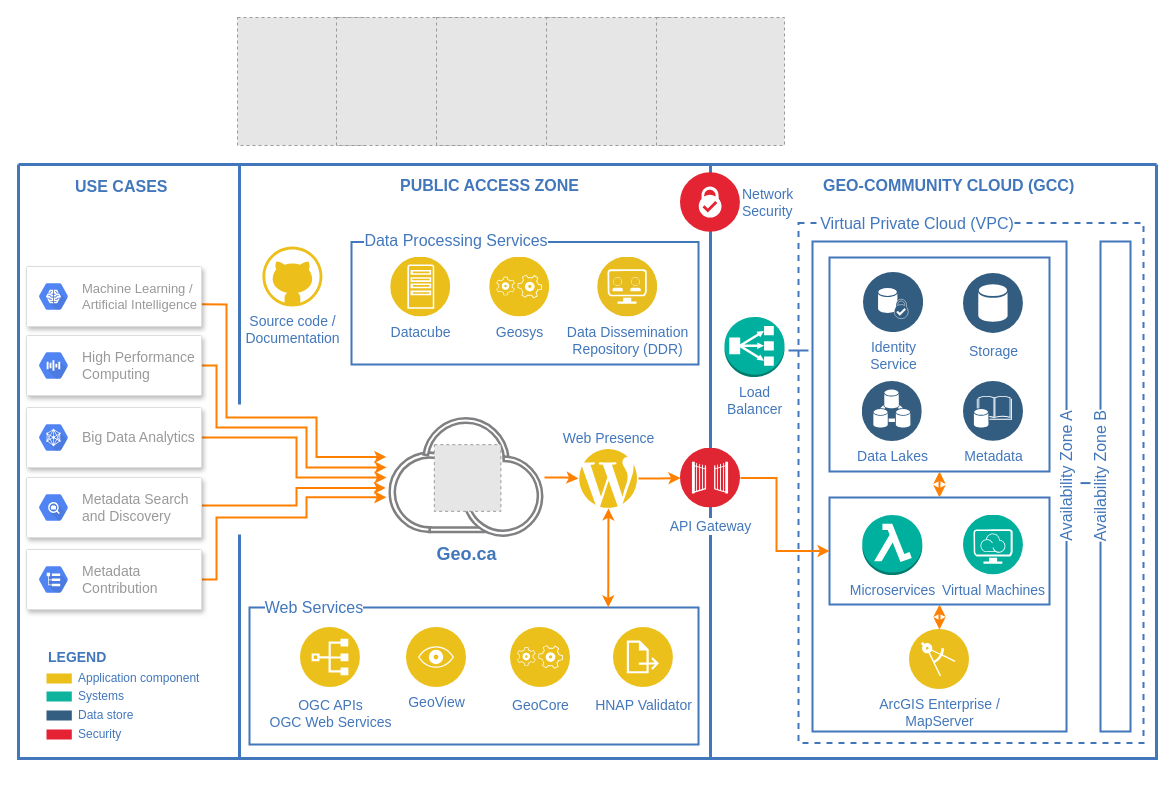
The draw.io diagram assets/future_state.drawio in bo-lu/geoca_developers_page, before the edit. Source tidied: cells renumbered, new cells numbered last; positions are measured from the earlier drawing's top-left corner, leaving out a move shared by most shapes. Both pictures are drawn from the tidied source at 100%, with x=0, y=0 at pixel (18, 17). Pictures stored in the file or linked from it are replaced by grey dashed boxes.
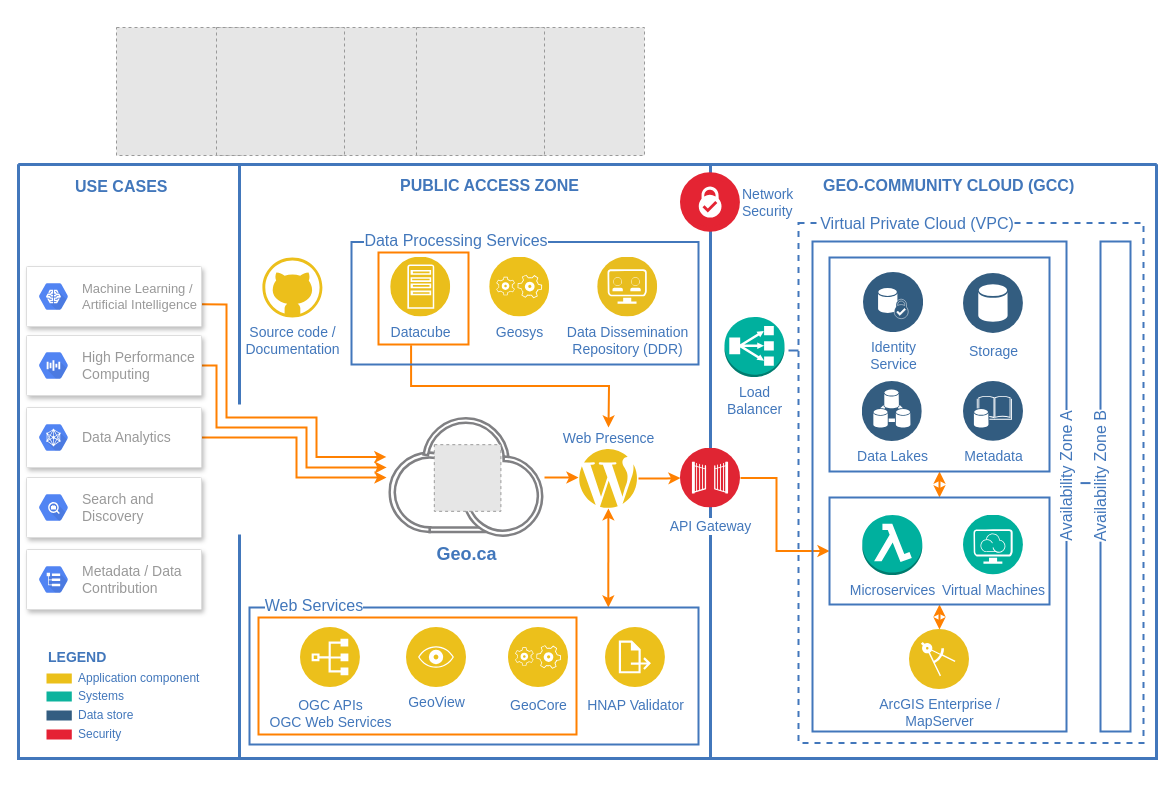
Above is the later version.

Unchanged cells that the change refers to:
```xml
<mxCell id="3" style="swimlane;shadow=0;strokeColor=#4277BB;fontColor=#4277BB;align=right;startSize=0;strokeWidth=3;fillColor=#ECBF1B;fontSize=14;horizontal=1;" parent="1" vertex="1">
  <mxGeometry y="147" width="1138" height="594" as="geometry" />
</mxCell>
<mxCell id="5" style="rounded=0;whiteSpace=wrap;html=1;labelBackgroundColor=#FFFFFF;strokeWidth=2;fillColor=none;fontSize=14;fontColor=#4277BB;strokeColor=#4277bb;" parent="3" vertex="1">
  <mxGeometry x="811" y="93" width="220" height="214" as="geometry" />
</mxCell>
<mxCell id="6" style="rounded=0;whiteSpace=wrap;html=1;labelBackgroundColor=#FFFFFF;strokeWidth=2;fillColor=none;fontSize=14;fontColor=#4277BB;strokeColor=#4277bb;" parent="3" vertex="1">
  <mxGeometry x="811" y="333" width="220" height="107" as="geometry" />
</mxCell>
<mxCell id="18" value="&lt;div&gt;&lt;font style=&quot;font-size: 14px&quot;&gt;ArcGIS Enterprise /&lt;br&gt;&lt;/font&gt;&lt;/div&gt;&lt;div&gt;&lt;font style=&quot;font-size: 14px&quot;&gt;MapServer&lt;br&gt;&lt;/font&gt;&lt;/div&gt;" style="perimeter=ellipsePerimeter;html=1;align=center;shadow=0;dashed=0;image;image=img/lib/ibm/applications/enterprise_applications.svg;labelBackgroundColor=#ffffff;strokeColor=#666666;strokeWidth=2;fillColor=#C2952D;gradientColor=none;fontSize=12;fontColor=#4277BB;" parent="3" vertex="1">
  <mxGeometry x="891" y="465" width="60" height="60" as="geometry" />
</mxCell>
<mxCell id="40" value="&lt;font style=&quot;font-size: 14px&quot;&gt;API Gateway&lt;/font&gt;" style="perimeter=ellipsePerimeter;html=1;align=center;shadow=0;dashed=0;labelBackgroundColor=#ffffff;fontSize=12;spacingTop=3;image;image=img/lib/ibm/security/gateway.svg;strokeColor=#203959;strokeWidth=2;fillColor=none;fontColor=#4277BB;" parent="3" vertex="1">
  <mxGeometry x="662" y="283.6" width="60" height="60" as="geometry" />
</mxCell>
<mxCell id="42" value="&lt;b&gt;&lt;font style=&quot;font-size: 18px&quot;&gt;Geo.ca&lt;/font&gt;&lt;/b&gt;" style="perimeter=ellipsePerimeter;html=1;align=center;shadow=0;dashed=0;image;image=img/lib/ibm/miscellaneous/ibm_public_cloud.svg;labelBackgroundColor=#ffffff;strokeColor=#666666;strokeWidth=2;fillColor=#C2952D;gradientColor=none;fontSize=12;fontColor=#4277BB;" parent="3" vertex="1">
  <mxGeometry x="370.2" y="253" width="155.8" height="120" as="geometry" />
</mxCell>
<mxCell id="44" value="&lt;font style=&quot;font-size: 14px&quot; color=&quot;#4277BB&quot;&gt;Web Presence&lt;/font&gt;" style="dashed=0;outlineConnect=0;html=1;align=center;labelPosition=center;verticalLabelPosition=bottom;verticalAlign=top;shape=mxgraph.weblogos.wordpress;strokeColor=none;fillColor=#ecbf1b;spacingTop=-85;" parent="3" vertex="1">
  <mxGeometry x="560" y="283.9" width="60" height="60" as="geometry" />
</mxCell>
<mxCell id="59" style="strokeColor=#dddddd;shadow=1;strokeWidth=1;rounded=1;absoluteArcSize=1;arcSize=2;" parent="3" vertex="1">
  <mxGeometry x="8" y="313" width="175" height="60" as="geometry" />
</mxCell>
<mxCell id="61" style="strokeColor=#dddddd;shadow=1;strokeWidth=1;rounded=1;absoluteArcSize=1;arcSize=2;" parent="3" vertex="1">
  <mxGeometry x="8" y="243" width="175" height="60" as="geometry" />
</mxCell>
<mxCell id="74" style="strokeColor=#dddddd;shadow=1;strokeWidth=1;rounded=1;absoluteArcSize=1;arcSize=2;glass=0;sketch=0;fontSize=16;" parent="1" vertex="1">
  <mxGeometry x="8" y="532" width="175" height="60" as="geometry" />
</mxCell>
```

Diff of the diagram source:
```diff
@@
+    <mxCell id="76" parent="0" />
+    <mxCell id="77" style="swimlane;shadow=0;strokeColor=#4277BB;fontColor=#4277BB;align=right;startSize=0;strokeWidth=3;fillColor=#ECBF1B;fontSize=14;horizontal=1;" parent="76" vertex="1">
+      <mxGeometry y="147" width="1138" height="594" as="geometry" />
+    </mxCell>
+    <mxCell id="78" style="edgeStyle=orthogonalEdgeStyle;rounded=0;orthogonalLoop=1;jettySize=auto;html=1;exitX=1;exitY=0.5;exitDx=0;exitDy=0;entryX=0;entryY=0.5;entryDx=0;entryDy=0;strokeWidth=2;fontColor=#4277BB;strokeColor=#FF8000;" parent="77" edge="1">
+      <mxGeometry relative="1" as="geometry">
+        <mxPoint x="722" y="313.6" as="sourcePoint" />
+        <mxPoint x="811" y="386.5" as="targetPoint" />
+        <Array as="points">
+          <mxPoint x="758" y="314" />
+          <mxPoint x="758" y="387" />
+        </Array>
+      </mxGeometry>
+    </mxCell>
+    <mxCell id="79" style="edgeStyle=orthogonalEdgeStyle;rounded=0;orthogonalLoop=1;jettySize=auto;html=1;exitX=1;exitY=0.5;exitDx=0;exitDy=0;strokeWidth=2;fontColor=#4277BB;strokeColor=#FF8000;" parent="77" edge="1">
+      <mxGeometry relative="1" as="geometry">
+        <mxPoint x="526" y="313" as="sourcePoint" />
+        <mxPoint x="560" y="313.9" as="targetPoint" />
+      </mxGeometry>
+    </mxCell>
+    <mxCell id="80" style="edgeStyle=orthogonalEdgeStyle;rounded=0;orthogonalLoop=1;jettySize=auto;html=1;strokeWidth=2;fontColor=#4277BB;entryX=0;entryY=0.5;entryDx=0;entryDy=0;strokeColor=#FF8000;" parent="77" edge="1">
+      <mxGeometry relative="1" as="geometry">
+        <mxPoint x="620" y="313.9" as="sourcePoint" />
+        <mxPoint x="662" y="313.6" as="targetPoint" />
+        <Array as="points">
+          <mxPoint x="648" y="314" />
+          <mxPoint x="648" y="314" />
+        </Array>
+      </mxGeometry>
+    </mxCell>
+    <mxCell id="81" style="endArrow=classic;startArrow=classic;html=1;strokeWidth=2;fontColor=#4277BB;exitX=0.5;exitY=0;exitDx=0;exitDy=0;entryX=0.5;entryY=1;entryDx=0;entryDy=0;strokeColor=#FF8000;" parent="77" edge="1">
+      <mxGeometry relative="1" as="geometry">
+        <mxPoint x="921" y="333" as="sourcePoint" />
+        <mxPoint x="921" y="307" as="targetPoint" />
+      </mxGeometry>
+    </mxCell>
+    <mxCell id="82" style="endArrow=classic;startArrow=classic;html=1;strokeWidth=2;fontColor=#4277BB;exitX=0.5;exitY=0;exitDx=0;exitDy=0;entryX=0.5;entryY=1;entryDx=0;entryDy=0;strokeColor=#FF8000;" parent="77" edge="1">
+      <mxGeometry relative="1" as="geometry">
+        <mxPoint x="921" y="465" as="sourcePoint" />
+        <mxPoint x="921" y="440" as="targetPoint" />
+      </mxGeometry>
+    </mxCell>
+    <mxCell id="83" style="endArrow=classic;startArrow=classic;html=1;strokeWidth=2;fontColor=#4277BB;exitX=0.799;exitY=-0.001;exitDx=0;exitDy=0;exitPerimeter=0;strokeColor=#FF8000;" parent="77" edge="1">
+      <mxGeometry relative="1" as="geometry">
+        <mxPoint x="589.8" y="442.9" as="sourcePoint" />
+        <mxPoint x="589.9" y="343.9" as="targetPoint" />
+      </mxGeometry>
+    </mxCell>
+    <mxCell id="84" style="edgeStyle=orthogonalEdgeStyle;rounded=0;orthogonalLoop=1;jettySize=auto;html=1;exitX=1;exitY=0.5;exitDx=0;exitDy=0;strokeColor=#FF8000;strokeWidth=2;fontSize=16;fontColor=#4277BB;" parent="77" edge="1">
+      <mxGeometry relative="1" as="geometry">
+        <mxPoint x="183" y="273" as="sourcePoint" />
+        <mxPoint x="368" y="313" as="targetPoint" />
+        <Array as="points">
+          <mxPoint x="190" y="273" />
+          <mxPoint x="278" y="273" />
+          <mxPoint x="278" y="313" />
+        </Array>
+      </mxGeometry>
+    </mxCell>
+    <mxCell id="85" style="rounded=0;whiteSpace=wrap;html=1;shadow=0;glass=0;sketch=0;strokeColor=#FF8000;strokeWidth=2;fillColor=none;fontSize=16;fontColor=#4277BB;" parent="77" vertex="1">
+      <mxGeometry x="360" y="88" width="90" height="92" as="geometry" />
+    </mxCell>
+    <mxCell id="86" style="rounded=0;whiteSpace=wrap;html=1;shadow=0;glass=0;sketch=0;fontSize=16;fontColor=#4277BB;fillColor=none;strokeWidth=2;strokeColor=#FF8000;" parent="76" vertex="1">
+      <mxGeometry x="240" y="600" width="318" height="117" as="geometry" />
+    </mxCell>
+    <mxCell id="87" style="edgeStyle=orthogonalEdgeStyle;rounded=0;jettySize=auto;html=1;exitX=0.362;exitY=1.008;exitDx=0;exitDy=0;strokeColor=#FF8000;strokeWidth=2;fontSize=16;fontColor=#4277BB;exitPerimeter=0;" parent="76" edge="1" source="85">
+      <mxGeometry relative="1" as="geometry">
+        <mxPoint x="590" y="410" as="targetPoint" />
+      </mxGeometry>
+    </mxCell>
@@
+    <mxCell id="7" style="rounded=0;whiteSpace=wrap;html=1;labelBackgroundColor=#FFFFFF;strokeWidth=2;fillColor=none;fontSize=16;fontColor=#4277BB;strokeColor=#4277bb;" parent="3" vertex="1">
+      <mxGeometry x="333" y="77.5" width="347" height="122.5" as="geometry" />
+    </mxCell>
@@
-    <mxCell id="7" style="rounded=0;whiteSpace=wrap;html=1;labelBackgroundColor=#FFFFFF;strokeWidth=2;fillColor=none;fontSize=16;fontColor=#4277BB;strokeColor=#4277bb;" parent="3" vertex="1">
-      <mxGeometry x="333" y="77.5" width="347" height="122.5" as="geometry" />
-    </mxCell>
-    <mxCell id="8" style="rounded=0;whiteSpace=wrap;html=1;labelBackgroundColor=#FFFFFF;fillColor=none;fontColor=#4277BB;strokeWidth=2;strokeColor=#4277bb;" parent="3" vertex="1">
-      <mxGeometry x="231" y="443" width="449" height="137" as="geometry" />
-    </mxCell>
@@
     <mxCell id="22" value="&lt;div&gt;&lt;span style=&quot;&quot;&gt;&lt;font&gt;&lt;font style=&quot;font-size: 14px&quot;&gt;Source code /&lt;/font&gt;&lt;/font&gt;&lt;/span&gt;&lt;/div&gt;&lt;div&gt;&lt;span style=&quot;&quot;&gt;&lt;font&gt;&lt;font style=&quot;font-size: 14px&quot;&gt;Documentation&lt;/font&gt;&lt;/font&gt;&lt;/span&gt;&lt;/div&gt;" style="verticalLabelPosition=bottom;html=1;verticalAlign=top;align=center;strokeColor=none;shape=mxgraph.azure.github_code;labelBackgroundColor=#FFFFFF;fillColor=#ECBF1B;fontColor=#4277BB;" parent="3" vertex="1">
-      <mxGeometry x="243.9" y="82" width="60" height="60" as="geometry" />
+      <mxGeometry x="243.9" y="93" width="60" height="60" as="geometry" />
     </mxCell>
@@
     <mxCell id="24" value="&lt;font style=&quot;font-size: 14px&quot;&gt;GeoCore&lt;/font&gt;" style="perimeter=ellipsePerimeter;html=1;align=center;shadow=0;dashed=0;image;image=img/lib/ibm/applications/application_logic.svg;labelBackgroundColor=#ffffff;strokeColor=#666666;strokeWidth=2;fillColor=#C2952D;gradientColor=none;fontSize=12;fontColor=#4277BB;spacingTop=3;verticalAlign=top;horizontal=1;" parent="3" vertex="1">
-      <mxGeometry x="492" y="463" width="60" height="60" as="geometry" />
+      <mxGeometry x="490" y="463" width="60" height="60" as="geometry" />
     </mxCell>
@@
     <mxCell id="28" value="&lt;font style=&quot;font-size: 14px&quot;&gt;HNAP Validator&lt;/font&gt;" style="perimeter=ellipsePerimeter;html=1;align=center;shadow=0;dashed=0;fontColor=#4277BB;labelBackgroundColor=#ffffff;fontSize=12;spacingTop=3;image;image=img/lib/ibm/applications/annotate.svg;fillColor=#ECBF1B;" parent="3" vertex="1">
-      <mxGeometry x="595" y="463" width="60" height="60" as="geometry" />
+      <mxGeometry x="587" y="463" width="60" height="60" as="geometry" />
     </mxCell>
@@
-    <mxCell id="39" style="edgeStyle=orthogonalEdgeStyle;rounded=0;jettySize=auto;html=1;exitX=1;exitY=0.5;exitDx=0;exitDy=0;entryX=0;entryY=0.5;entryDx=0;entryDy=0;strokeWidth=2;fontColor=#4277BB;strokeColor=#FF8000;" parent="3" edge="1" source="40" target="6">
-      <mxGeometry relative="1" as="geometry">
-        <Array as="points">
-          <mxPoint x="758" y="314" />
-          <mxPoint x="758" y="387" />
-        </Array>
-      </mxGeometry>
-    </mxCell>
@@
-    <mxCell id="41" style="edgeStyle=orthogonalEdgeStyle;rounded=0;jettySize=auto;html=1;exitX=1;exitY=0.5;exitDx=0;exitDy=0;strokeWidth=2;fontColor=#4277BB;strokeColor=#FF8000;" parent="3" edge="1" source="42" target="44">
-      <mxGeometry relative="1" as="geometry" />
-    </mxCell>
@@
     <mxCell id="49" style="line;strokeWidth=2;html=1;rounded=0;shadow=0;glass=0;sketch=0;strokeColor=#4277BB;" parent="3" vertex="1">
-      <mxGeometry x="770" y="181" width="20" height="10" as="geometry" />
+      <mxGeometry x="770" y="181" width="10" height="10" as="geometry" />
     </mxCell>
@@
-    <mxCell id="51" style="edgeStyle=orthogonalEdgeStyle;rounded=0;jettySize=auto;html=1;strokeWidth=2;fontColor=#4277BB;entryX=0;entryY=0.5;entryDx=0;entryDy=0;strokeColor=#FF8000;" parent="3" edge="1" source="44" target="40">
-      <mxGeometry relative="1" as="geometry" />
-    </mxCell>
-    <mxCell id="52" style="endArrow=classic;startArrow=classic;html=1;strokeWidth=2;fontColor=#4277BB;exitX=0.5;exitY=0;exitDx=0;exitDy=0;entryX=0.5;entryY=1;entryDx=0;entryDy=0;strokeColor=#FF8000;" parent="3" edge="1" source="6" target="5">
-      <mxGeometry relative="1" as="geometry" />
-    </mxCell>
-    <mxCell id="53" style="endArrow=classic;startArrow=classic;html=1;strokeWidth=2;fontColor=#4277BB;exitX=0.5;exitY=0;exitDx=0;exitDy=0;entryX=0.5;entryY=1;entryDx=0;entryDy=0;strokeColor=#FF8000;" parent="3" edge="1" source="18" target="6">
-      <mxGeometry relative="1" as="geometry" />
-    </mxCell>
-    <mxCell id="54" style="endArrow=classic;startArrow=classic;html=1;strokeWidth=2;fontColor=#4277BB;exitX=0.799;exitY=-0.001;exitDx=0;exitDy=0;exitPerimeter=0;strokeColor=#FF8000;" parent="3" edge="1" source="8" target="44">
-      <mxGeometry relative="1" as="geometry" />
-    </mxCell>
-    <mxCell id="55" style="edgeStyle=orthogonalEdgeStyle;rounded=0;jettySize=auto;html=1;fontColor=#4277BB;strokeWidth=2;entryX=-0.018;entryY=0.587;entryDx=0;entryDy=0;strokeColor=#FF8000;entryPerimeter=0;" parent="3" edge="1" source="59" target="42">
-      <mxGeometry relative="1" as="geometry">
-        <Array as="points">
-          <mxPoint x="278" y="341" />
-          <mxPoint x="278" y="323" />
-        </Array>
-      </mxGeometry>
-    </mxCell>
-    <mxCell id="56" style="edgeStyle=orthogonalEdgeStyle;rounded=0;jettySize=auto;html=1;exitX=1;exitY=0.5;exitDx=0;exitDy=0;strokeColor=#FF8000;strokeWidth=2;fontSize=16;fontColor=#4277BB;" parent="3" edge="1" source="61">
-      <mxGeometry relative="1" as="geometry">
-        <mxPoint x="368" y="313" as="targetPoint" />
-        <Array as="points">
-          <mxPoint x="190" y="273" />
-          <mxPoint x="278" y="273" />
-          <mxPoint x="278" y="313" />
-        </Array>
-      </mxGeometry>
-    </mxCell>
@@
-    <mxCell id="60" value="&lt;font style=&quot;font-size: 14px&quot;&gt;Metadata Search&lt;br&gt;and Discovery&lt;/font&gt;" style="dashed=0;html=1;fillColor=#5184F3;strokeColor=none;shape=mxgraph.gcp2.hexIcon;prIcon=cloud_jobs_api;labelPosition=right;verticalLabelPosition=middle;align=left;verticalAlign=middle;spacingLeft=5;fontColor=#999999;fontSize=12;" parent="59" vertex="1">
+    <mxCell id="60" value="&lt;font style=&quot;font-size: 14px&quot;&gt;Search and&lt;br&gt;Discovery&lt;/font&gt;" style="dashed=0;html=1;fillColor=#5184F3;strokeColor=none;shape=mxgraph.gcp2.hexIcon;prIcon=cloud_jobs_api;labelPosition=right;verticalLabelPosition=middle;align=left;verticalAlign=middle;spacingLeft=5;fontColor=#999999;fontSize=12;" parent="59" vertex="1">
       <mxGeometry y="0.5" width="44" height="39" relative="1" as="geometry">
         <mxPoint x="5" y="-19.5" as="offset" />
       </mxGeometry>
     </mxCell>
@@
-    <mxCell id="62" value="&lt;div&gt;&lt;font style=&quot;font-size: 14px&quot;&gt;Big Data Analytics&lt;/font&gt;&lt;/div&gt;" style="dashed=0;html=1;fillColor=#5184F3;strokeColor=none;shape=mxgraph.gcp2.hexIcon;prIcon=advanced_solutions_lab;labelPosition=right;verticalLabelPosition=middle;align=left;verticalAlign=middle;spacingLeft=5;fontColor=#999999;fontSize=12;" parent="61" vertex="1">
+    <mxCell id="62" value="&lt;div&gt;&lt;font style=&quot;font-size: 14px&quot;&gt;Data Analytics&lt;/font&gt;&lt;/div&gt;" style="dashed=0;html=1;fillColor=#5184F3;strokeColor=none;shape=mxgraph.gcp2.hexIcon;prIcon=advanced_solutions_lab;labelPosition=right;verticalLabelPosition=middle;align=left;verticalAlign=middle;spacingLeft=5;fontColor=#999999;fontSize=12;" parent="61" vertex="1">
       <mxGeometry y="0.5" width="44" height="39" relative="1" as="geometry">
         <mxPoint x="5" y="-19.5" as="offset" />
       </mxGeometry>
     </mxCell>
@@
+    <mxCell id="8" style="rounded=0;whiteSpace=wrap;html=1;labelBackgroundColor=#FFFFFF;fillColor=none;fontColor=#4277BB;strokeWidth=2;strokeColor=#4277bb;" parent="3" vertex="1">
+      <mxGeometry x="231" y="443" width="449" height="137" as="geometry" />
+    </mxCell>
     <mxCell id="67" style="fillColor=#E6E6E6;strokeColor=#999999;dashed=1;html=1;verticalAlign=top;verticalLabelPosition=bottom;labelBackgroundColor=#ffffff;" parent="1" vertex="1">
-      <mxGeometry x="219" width="128" height="128" as="geometry" />
+      <mxGeometry x="98" y="10" width="128" height="128" as="geometry" />
     </mxCell>
     <mxCell id="68" style="fillColor=#E6E6E6;strokeColor=#999999;dashed=1;html=1;verticalAlign=top;verticalLabelPosition=bottom;labelBackgroundColor=#ffffff;" parent="1" vertex="1">
-      <mxGeometry x="318" width="128" height="128" as="geometry" />
+      <mxGeometry x="298" y="10" width="128" height="128" as="geometry" />
     </mxCell>
     <mxCell id="69" style="fillColor=#E6E6E6;strokeColor=#999999;dashed=1;html=1;verticalAlign=top;verticalLabelPosition=bottom;labelBackgroundColor=#ffffff;" parent="1" vertex="1">
-      <mxGeometry x="418" width="128" height="128" as="geometry" />
+      <mxGeometry x="198" y="10" width="128" height="128" as="geometry" />
     </mxCell>
     <mxCell id="70" style="fillColor=#E6E6E6;strokeColor=#999999;dashed=1;html=1;verticalAlign=top;verticalLabelPosition=bottom;labelBackgroundColor=#ffffff;" parent="1" vertex="1">
-      <mxGeometry x="528" width="128" height="128" as="geometry" />
+      <mxGeometry x="498" y="10" width="128" height="128" as="geometry" />
     </mxCell>
     <mxCell id="71" style="fillColor=#E6E6E6;strokeColor=#999999;dashed=1;html=1;verticalAlign=top;verticalLabelPosition=bottom;labelBackgroundColor=#ffffff;" parent="1" vertex="1">
-      <mxGeometry x="638" width="128" height="128" as="geometry" />
+      <mxGeometry x="398" y="10" width="128" height="128" as="geometry" />
     </mxCell>
     <mxCell id="72" value="Web Services" style="text;html=1;strokeColor=none;fillColor=none;align=center;verticalAlign=middle;whiteSpace=wrap;rounded=0;labelBackgroundColor=#FFFFFF;fontColor=#4277BB;fontSize=16;" parent="1" vertex="1">
-      <mxGeometry x="221" y="580" width="150" height="20" as="geometry" />
+      <mxGeometry x="221" y="578" width="150" height="20" as="geometry" />
     </mxCell>
-    <mxCell id="73" style="edgeStyle=orthogonalEdgeStyle;rounded=0;jettySize=auto;html=1;exitX=1;exitY=0.5;exitDx=0;exitDy=0;fontColor=#4277BB;strokeWidth=2;strokeColor=#FF8000;entryX=-0.015;entryY=0.665;entryDx=0;entryDy=0;entryPerimeter=0;" parent="1" edge="1" source="74" target="42">
-      <mxGeometry relative="1" as="geometry">
-        <Array as="points">
-          <mxPoint x="198" y="562" />
-          <mxPoint x="198" y="500" />
-          <mxPoint x="288" y="500" />
-          <mxPoint x="288" y="480" />
-        </Array>
-      </mxGeometry>
-    </mxCell>
@@
-    <mxCell id="75" value="&lt;font style=&quot;font-size: 14px&quot;&gt;Metadata&amp;nbsp;&lt;br&gt;Contribution&lt;/font&gt;" style="dashed=0;html=1;fillColor=#5184F3;strokeColor=none;shape=mxgraph.gcp2.hexIcon;prIcon=logging;labelPosition=right;verticalLabelPosition=middle;align=left;verticalAlign=middle;spacingLeft=5;fontColor=#999999;fontSize=12;" parent="74" vertex="1">
+    <mxCell id="75" value="&lt;font style=&quot;font-size: 14px&quot;&gt;Metadata / Data&amp;nbsp;&lt;br&gt;Contribution&lt;/font&gt;" style="dashed=0;html=1;fillColor=#5184F3;strokeColor=none;shape=mxgraph.gcp2.hexIcon;prIcon=logging;labelPosition=right;verticalLabelPosition=middle;align=left;verticalAlign=middle;spacingLeft=5;fontColor=#999999;fontSize=12;" parent="74" vertex="1">
       <mxGeometry y="0.5" width="44" height="39" relative="1" as="geometry">
         <mxPoint x="5" y="-19.5" as="offset" />
       </mxGeometry>
     </mxCell>
```
